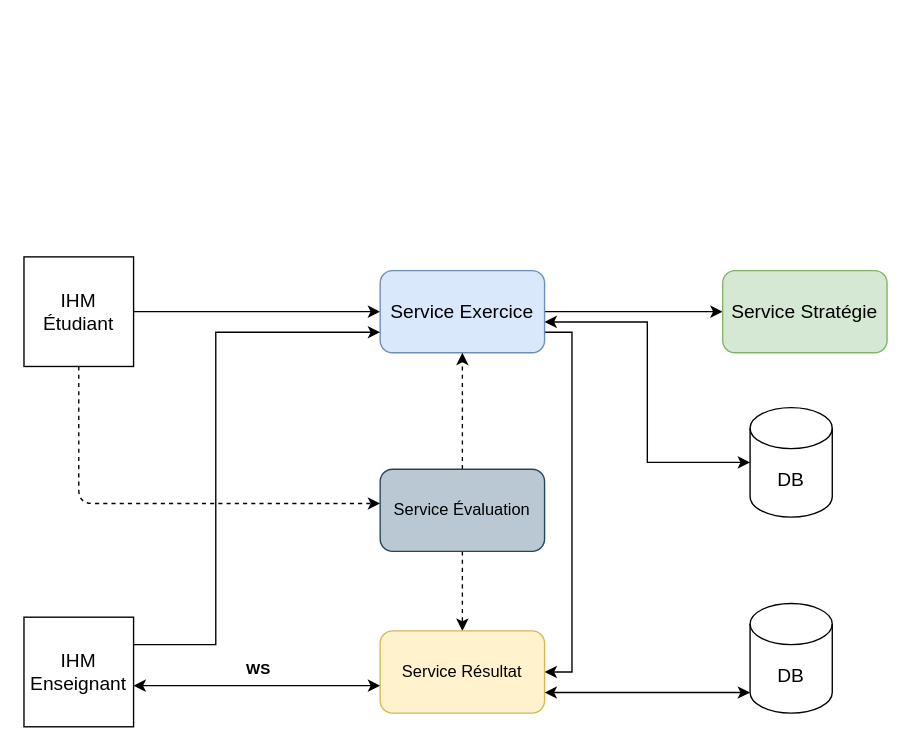
The draw.io diagram architecture.drawio in sinux-l5d/learning-adventure-scholar-specs, before the edit. Source tidied: cells renumbered, new cells numbered last; positions are measured from the earlier drawing's top-left corner, leaving out a move shared by most shapes. Both pictures are drawn from the tidied source at 137%, with x=0, y=0 at pixel (23, 256).
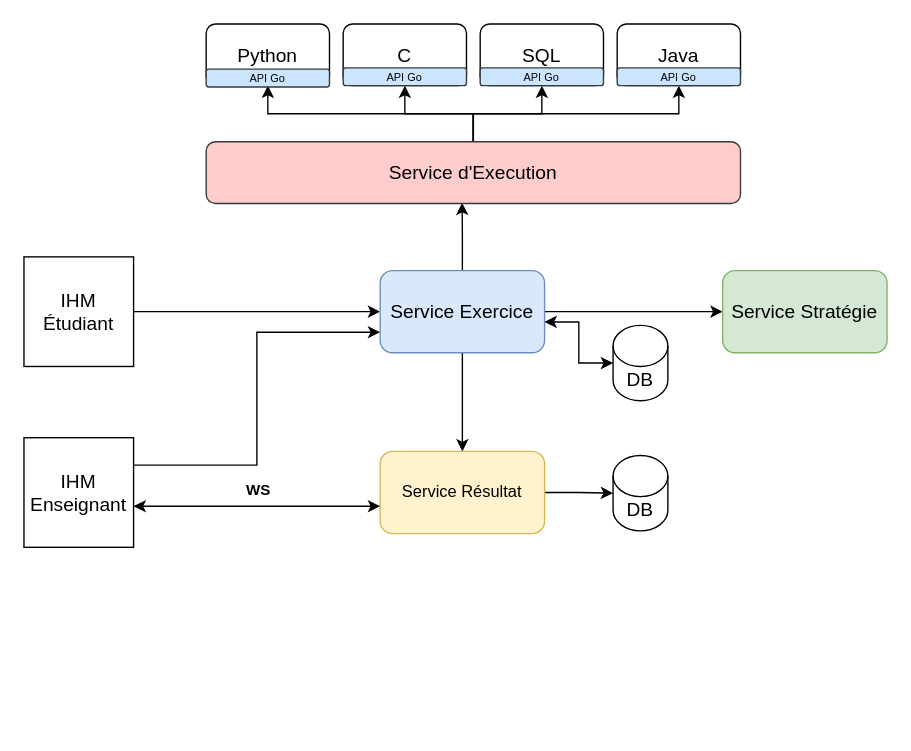
Above is the later version.

The change refers to these unchanged cells:
```xml
<mxCell id="4" value="&lt;font style=&quot;font-size: 14px&quot;&gt;IHM&lt;br&gt;Étudiant&lt;br&gt;&lt;/font&gt;" style="whiteSpace=wrap;html=1;" parent="1" vertex="1">
  <mxGeometry width="80" height="80" as="geometry" />
</mxCell>
<mxCell id="7" value="Service Exercice" style="rounded=1;whiteSpace=wrap;html=1;fontSize=14;fillColor=#dae8fc;strokeColor=#6c8ebf;" parent="1" vertex="1">
  <mxGeometry x="260" y="10" width="120" height="60" as="geometry" />
</mxCell>
```

What changed in the source:
```diff
@@
-    <mxCell id="3" style="edgeStyle=orthogonalEdgeStyle;jettySize=auto;html=1;rounded=1;strokeColor=#000000;startArrow=none;startFill=0;exitX=0.5;exitY=1;exitDx=0;exitDy=0;dashed=1;" parent="1" edge="1" source="4" target="13">
-      <mxGeometry relative="1" as="geometry">
-        <Array as="points">
-          <mxPoint x="40" y="180" />
-        </Array>
-      </mxGeometry>
-    </mxCell>
@@
-    <mxCell id="6" style="edgeStyle=orthogonalEdgeStyle;rounded=0;jettySize=auto;html=1;exitX=1;exitY=0.75;exitDx=0;exitDy=0;entryX=1;entryY=0.5;entryDx=0;entryDy=0;startArrow=none;startFill=0;endArrow=classic;endFill=1;strokeColor=#000000;" parent="1" edge="1" source="7" target="14">
-      <mxGeometry relative="1" as="geometry" />
+    <mxCell id="6" style="edgeStyle=orthogonalEdgeStyle;rounded=0;jettySize=auto;html=1;exitX=0.5;exitY=1;exitDx=0;exitDy=0;entryX=0.5;entryY=0;entryDx=0;entryDy=0;startArrow=none;startFill=0;endArrow=classic;endFill=1;strokeColor=#000000;" parent="1" edge="1" source="7" target="14">
+      <mxGeometry relative="1" as="geometry">
+        <Array as="points">
+          <mxPoint x="320" y="140" />
+          <mxPoint x="320" y="140" />
+        </Array>
+      </mxGeometry>
     </mxCell>
+    <mxCell id="21" style="edgeStyle=orthogonalEdgeStyle;rounded=0;jettySize=auto;html=1;entryX=0.479;entryY=0.988;entryDx=0;entryDy=0;entryPerimeter=0;fontSize=8;" parent="1" edge="1" source="7" target="36">
+      <mxGeometry relative="1" as="geometry" />
+    </mxCell>
@@
-    <mxCell id="9" style="edgeStyle=orthogonalEdgeStyle;rounded=0;jettySize=auto;html=1;entryX=1;entryY=0.625;entryDx=0;entryDy=0;entryPerimeter=0;startArrow=classic;startFill=1;endArrow=classic;endFill=1;strokeColor=#000000;" parent="1" edge="1" source="10" target="7">
-      <mxGeometry relative="1" as="geometry" />
-    </mxCell>
-    <mxCell id="10" value="DB" style="shape=cylinder3;whiteSpace=wrap;html=1;boundedLbl=1;backgroundOutline=1;size=15;fontSize=14;" parent="1" vertex="1">
-      <mxGeometry x="530" y="110" width="60" height="80" as="geometry" />
-    </mxCell>
-    <mxCell id="11" style="edgeStyle=orthogonalEdgeStyle;rounded=0;jettySize=auto;html=1;exitX=0.5;exitY=1;exitDx=0;exitDy=0;entryX=0.5;entryY=0;entryDx=0;entryDy=0;strokeColor=#000000;dashed=1;" parent="1" edge="1" source="13" target="14">
-      <mxGeometry relative="1" as="geometry" />
-    </mxCell>
-    <mxCell id="12" style="edgeStyle=orthogonalEdgeStyle;rounded=0;jettySize=auto;html=1;exitX=0.5;exitY=0;exitDx=0;exitDy=0;entryX=0.5;entryY=1;entryDx=0;entryDy=0;startArrow=none;startFill=0;endArrow=classic;endFill=1;strokeColor=#000000;dashed=1;" parent="1" edge="1" source="13" target="7">
-      <mxGeometry relative="1" as="geometry" />
-    </mxCell>
-    <mxCell id="13" value="Service Évaluation" style="rounded=1;whiteSpace=wrap;html=1;fillColor=#bac8d3;strokeColor=#23445d;" parent="1" vertex="1">
-      <mxGeometry x="260" y="155" width="120" height="60" as="geometry" />
-    </mxCell>
+    <mxCell id="22" style="edgeStyle=orthogonalEdgeStyle;rounded=0;jettySize=auto;html=1;entryX=1;entryY=0.625;entryDx=0;entryDy=0;entryPerimeter=0;startArrow=classic;startFill=1;endArrow=classic;endFill=1;strokeColor=#000000;exitX=0;exitY=0.5;exitDx=0;exitDy=0;exitPerimeter=0;" parent="1" edge="1" source="26" target="7">
+      <mxGeometry relative="1" as="geometry" />
+    </mxCell>
+    <mxCell id="23" style="edgeStyle=orthogonalEdgeStyle;rounded=0;jettySize=auto;html=1;exitX=1;exitY=0.5;exitDx=0;exitDy=0;entryX=0;entryY=0.5;entryDx=0;entryDy=0;entryPerimeter=0;" parent="1" edge="1" source="14" target="24">
+      <mxGeometry relative="1" as="geometry" />
+    </mxCell>
     <mxCell id="14" value="Service Résultat" style="rounded=1;whiteSpace=wrap;html=1;fillColor=#fff2cc;strokeColor=#d6b656;" parent="1" vertex="1">
-      <mxGeometry x="260" y="273" width="120" height="60" as="geometry" />
+      <mxGeometry x="260" y="142" width="120" height="60" as="geometry" />
     </mxCell>
-    <mxCell id="15" style="edgeStyle=orthogonalEdgeStyle;rounded=1;jettySize=auto;html=1;exitX=1;exitY=0.75;exitDx=0;exitDy=0;fontSize=14;startArrow=classic;startFill=1;" parent="1" edge="1" source="14" target="16">
-      <mxGeometry relative="1" as="geometry">
-        <Array as="points">
-          <mxPoint x="490" y="318" />
-          <mxPoint x="490" y="318" />
-        </Array>
-      </mxGeometry>
-    </mxCell>
-    <mxCell id="16" value="DB" style="shape=cylinder3;whiteSpace=wrap;html=1;boundedLbl=1;backgroundOutline=1;size=15;fontSize=14;" parent="1" vertex="1">
-      <mxGeometry x="530" y="253" width="60" height="80" as="geometry" />
-    </mxCell>
-    <mxCell id="17" style="edgeStyle=orthogonalEdgeStyle;rounded=0;orthogonalLoop=1;jettySize=auto;html=1;exitX=1;exitY=0.5;exitDx=0;exitDy=0;entryX=0;entryY=0.5;entryDx=0;entryDy=0;startArrow=classic;startFill=1;endArrow=classic;endFill=1;strokeColor=#000000;" parent="1" edge="1">
-      <mxGeometry relative="1" as="geometry">
-        <mxPoint x="80" y="313" as="sourcePoint" />
-        <mxPoint x="260" y="313" as="targetPoint" />
-      </mxGeometry>
-    </mxCell>
+    <mxCell id="24" value="DB" style="shape=cylinder3;whiteSpace=wrap;html=1;boundedLbl=1;backgroundOutline=1;size=15;fontSize=14;" parent="1" vertex="1">
+      <mxGeometry x="430" y="145" width="40" height="55" as="geometry" />
+    </mxCell>
+    <mxCell id="25" style="edgeStyle=orthogonalEdgeStyle;rounded=0;orthogonalLoop=1;jettySize=auto;html=1;exitX=1;exitY=0.5;exitDx=0;exitDy=0;entryX=0;entryY=0.5;entryDx=0;entryDy=0;startArrow=classic;startFill=1;endArrow=classic;endFill=1;strokeColor=#000000;" parent="1" edge="1">
+      <mxGeometry relative="1" as="geometry">
+        <mxPoint x="80" y="182" as="sourcePoint" />
+        <mxPoint x="260" y="182" as="targetPoint" />
+      </mxGeometry>
+    </mxCell>
-    <mxCell id="18" value="WS" style="edgeLabel;html=1;align=center;verticalAlign=middle;fontStyle=1;labelBackgroundColor=none;" parent="17" vertex="1">
+    <mxCell id="18" value="WS" style="edgeLabel;html=1;align=center;verticalAlign=middle;fontStyle=1;labelBackgroundColor=none;" parent="25" vertex="1">
       <mxGeometry x="-0.22" relative="1" as="geometry">
         <mxPoint x="20" y="-13" as="offset" />
       </mxGeometry>
     </mxCell>
-    <mxCell id="19" style="edgeStyle=orthogonalEdgeStyle;rounded=0;jettySize=auto;html=1;exitX=1;exitY=0.25;exitDx=0;exitDy=0;entryX=0;entryY=0.75;entryDx=0;entryDy=0;startArrow=none;startFill=0;endArrow=classic;endFill=1;strokeColor=#000000;" parent="1" edge="1" source="20" target="7">
-      <mxGeometry relative="1" as="geometry">
-        <Array as="points">
-          <mxPoint x="140" y="283" />
-          <mxPoint x="140" y="55" />
-        </Array>
-      </mxGeometry>
+    <mxCell id="19" style="edgeStyle=orthogonalEdgeStyle;rounded=0;jettySize=auto;html=1;exitX=1;exitY=0.25;exitDx=0;exitDy=0;entryX=0;entryY=0.75;entryDx=0;entryDy=0;" parent="1" edge="1" source="20" target="7">
+      <mxGeometry relative="1" as="geometry" />
     </mxCell>
     <mxCell id="20" value="&lt;font style=&quot;font-size: 14px&quot;&gt;IHM&lt;br&gt;Enseignant&lt;br&gt;&lt;/font&gt;" style="whiteSpace=wrap;html=1;" parent="1" vertex="1">
-      <mxGeometry y="263" width="80" height="80" as="geometry" />
+      <mxGeometry y="132" width="80" height="80" as="geometry" />
     </mxCell>
+    <mxCell id="26" value="DB" style="shape=cylinder3;whiteSpace=wrap;html=1;boundedLbl=1;backgroundOutline=1;size=15;fontSize=14;" parent="1" vertex="1">
+      <mxGeometry x="430" y="50" width="40" height="55" as="geometry" />
+    </mxCell>
+    <mxCell id="27" style="group;" parent="1" vertex="1">
+      <mxGeometry x="133" y="-170" width="390" height="131" as="geometry" />
+    </mxCell>
+    <mxCell id="28" value="Python" style="rounded=1;whiteSpace=wrap;html=1;fontSize=14;" parent="27" vertex="1">
+      <mxGeometry width="90" height="45" as="geometry" />
+    </mxCell>
+    <mxCell id="29" value="C" style="rounded=1;whiteSpace=wrap;html=1;fontSize=14;" parent="27" vertex="1">
+      <mxGeometry x="100" width="90" height="45" as="geometry" />
+    </mxCell>
+    <mxCell id="30" value="SQL" style="rounded=1;whiteSpace=wrap;html=1;fontSize=14;" parent="27" vertex="1">
+      <mxGeometry x="200" width="90" height="45" as="geometry" />
+    </mxCell>
+    <mxCell id="31" value="Java" style="rounded=1;whiteSpace=wrap;html=1;fontSize=14;" parent="27" vertex="1">
+      <mxGeometry x="300" width="90" height="45" as="geometry" />
+    </mxCell>
+    <mxCell id="32" style="edgeStyle=orthogonalEdgeStyle;rounded=0;jettySize=auto;html=1;exitX=0.5;exitY=0;exitDx=0;exitDy=0;entryX=0.5;entryY=1;entryDx=0;entryDy=0;" parent="27" edge="1" source="36" target="29">
+      <mxGeometry relative="1" as="geometry" />
+    </mxCell>
+    <mxCell id="33" style="edgeStyle=orthogonalEdgeStyle;rounded=0;jettySize=auto;html=1;exitX=0.5;exitY=0;exitDx=0;exitDy=0;entryX=0.5;entryY=1;entryDx=0;entryDy=0;" parent="27" edge="1" source="36" target="30">
+      <mxGeometry relative="1" as="geometry" />
+    </mxCell>
+    <mxCell id="34" style="edgeStyle=orthogonalEdgeStyle;rounded=0;jettySize=auto;html=1;exitX=0.5;exitY=0;exitDx=0;exitDy=0;entryX=0.5;entryY=1;entryDx=0;entryDy=0;" parent="27" edge="1" source="36" target="31">
+      <mxGeometry relative="1" as="geometry" />
+    </mxCell>
+    <mxCell id="35" style="edgeStyle=orthogonalEdgeStyle;rounded=0;jettySize=auto;html=1;exitX=0.5;exitY=0;exitDx=0;exitDy=0;entryX=0.5;entryY=1;entryDx=0;entryDy=0;" parent="27" edge="1" source="36" target="28">
+      <mxGeometry relative="1" as="geometry" />
+    </mxCell>
+    <mxCell id="36" value="Service d'Execution" style="rounded=1;whiteSpace=wrap;html=1;fontSize=14;fillColor=#ffcccc;strokeColor=#36393d;" parent="27" vertex="1">
+      <mxGeometry y="86" width="390" height="45" as="geometry" />
+    </mxCell>
+    <mxCell id="37" value="API Go" style="rounded=1;whiteSpace=wrap;html=1;fontSize=8;fillColor=#cce5ff;strokeColor=#36393d;" parent="27" vertex="1">
+      <mxGeometry y="33" width="90" height="13" as="geometry" />
+    </mxCell>
+    <mxCell id="38" value="API Go" style="rounded=1;whiteSpace=wrap;html=1;fontSize=8;fillColor=#cce5ff;strokeColor=#36393d;" parent="27" vertex="1">
+      <mxGeometry x="100" y="32" width="90" height="13" as="geometry" />
+    </mxCell>
+    <mxCell id="39" value="API Go" style="rounded=1;whiteSpace=wrap;html=1;fontSize=8;fillColor=#cce5ff;strokeColor=#36393d;" parent="27" vertex="1">
+      <mxGeometry x="200" y="32" width="90" height="13" as="geometry" />
+    </mxCell>
+    <mxCell id="40" value="API Go" style="rounded=1;whiteSpace=wrap;html=1;fontSize=8;fillColor=#cce5ff;strokeColor=#36393d;" parent="27" vertex="1">
+      <mxGeometry x="300" y="32" width="90" height="13" as="geometry" />
+    </mxCell>
```
